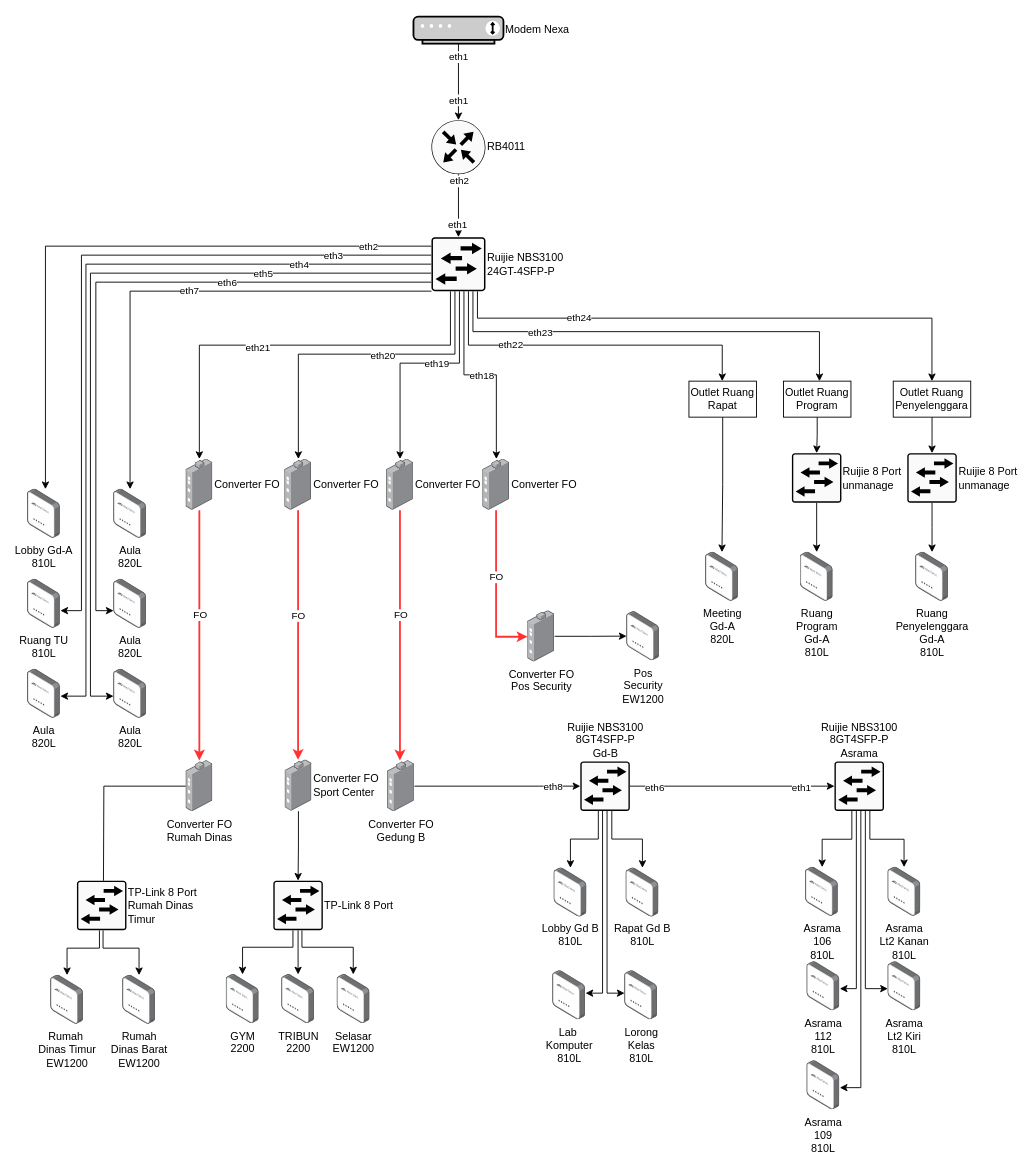
Before: Topologi Kemenkumham.drawio in hnkzf/topologi-site, a draw.io diagram. Source tidied: cells renumbered, new cells numbered last; positions are measured from the earlier drawing's top-left corner, leaving out a move shared by most shapes. Both pictures are drawn from the tidied source at 90%, with x=0, y=0 at pixel (27, 16).
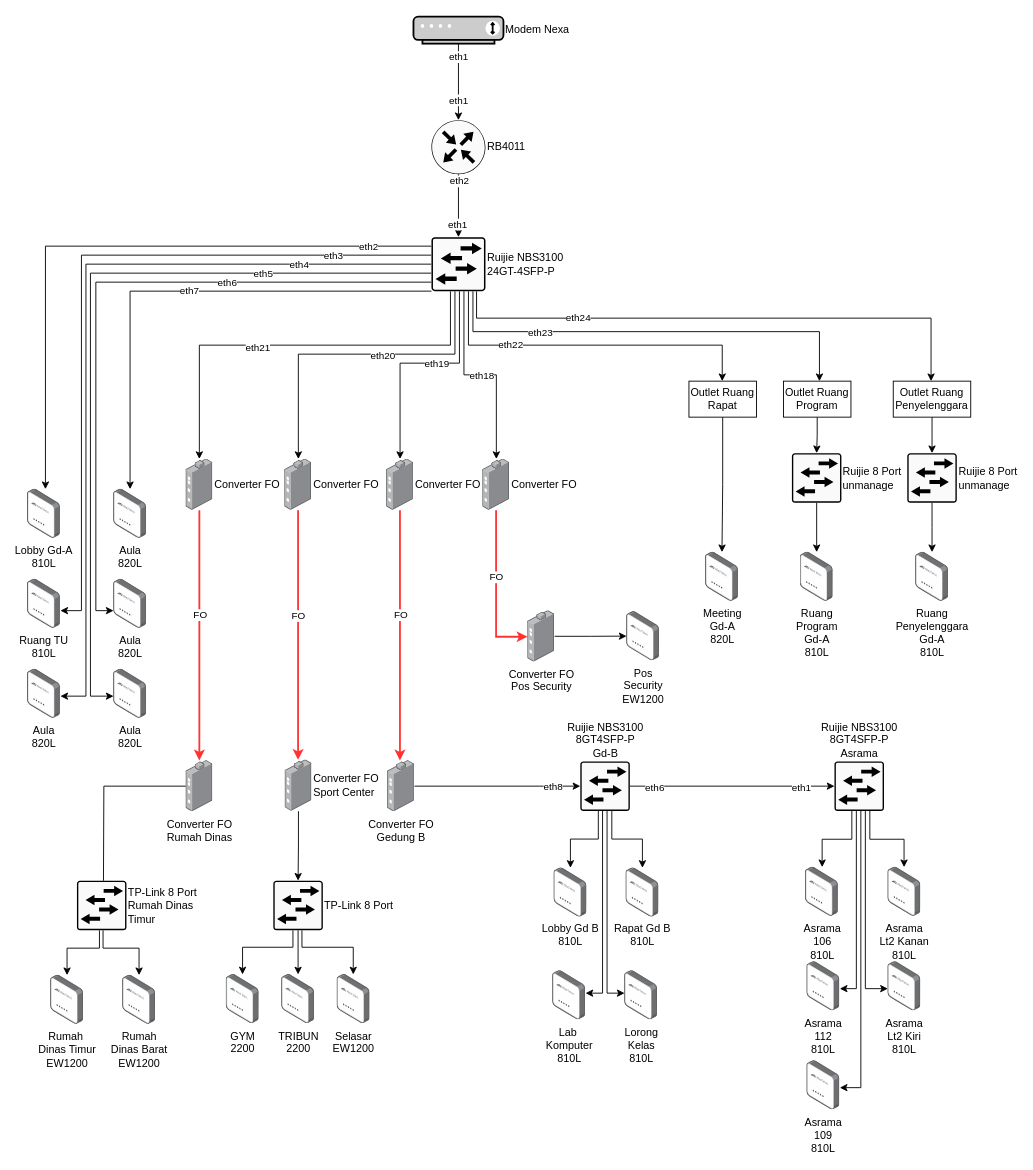
The same page after the edit.

Unchanged cells that the change refers to:
```xml
<mxCell id="89" value="Outlet Ruang&lt;div&gt;Penyelenggara&lt;/div&gt;" style="rounded=0;whiteSpace=wrap;html=1;" parent="1" vertex="1">
  <mxGeometry x="962" y="405" width="86.1" height="40" as="geometry" />
</mxCell>
<mxCell id="98" value="Ruijie NBS3100&lt;div&gt;24GT-4SFP-P&lt;/div&gt;" style="sketch=0;points=[[0.015,0.015,0],[0.985,0.015,0],[0.985,0.985,0],[0.015,0.985,0],[0.25,0,0],[0.5,0,0],[0.75,0,0],[1,0.25,0],[1,0.5,0],[1,0.75,0],[0.75,1,0],[0.5,1,0],[0.25,1,0],[0,0.75,0],[0,0.5,0],[0,0.25,0]];verticalLabelPosition=middle;html=1;verticalAlign=middle;align=left;shape=mxgraph.cisco19.rect;prIcon=l2_switch;fillColor=#FAFAFA;strokeColor=none;strokeWidth=0.5;labelPosition=right;" parent="1" vertex="1">
  <mxGeometry x="448.9" y="245" width="60" height="60" as="geometry" />
</mxCell>
```

What changed in the source:
```diff
@@
-    <mxCell id="96" style="edgeStyle=orthogonalEdgeStyle;rounded=0;jettySize=auto;html=1;" parent="1" edge="1" source="98" target="89">
+    <mxCell id="96" style="edgeStyle=orthogonalEdgeStyle;rounded=0;orthogonalLoop=1;jettySize=auto;html=1;" parent="1" edge="1">
       <mxGeometry relative="1" as="geometry">
+        <mxPoint x="499" y="305" as="sourcePoint" />
+        <mxPoint x="1004" y="405" as="targetPoint" />
         <Array as="points">
-          <mxPoint x="500" y="335" />
-          <mxPoint x="1005" y="335" />
+          <mxPoint x="499" y="335" />
+          <mxPoint x="1004" y="335" />
         </Array>
       </mxGeometry>
     </mxCell>
```
